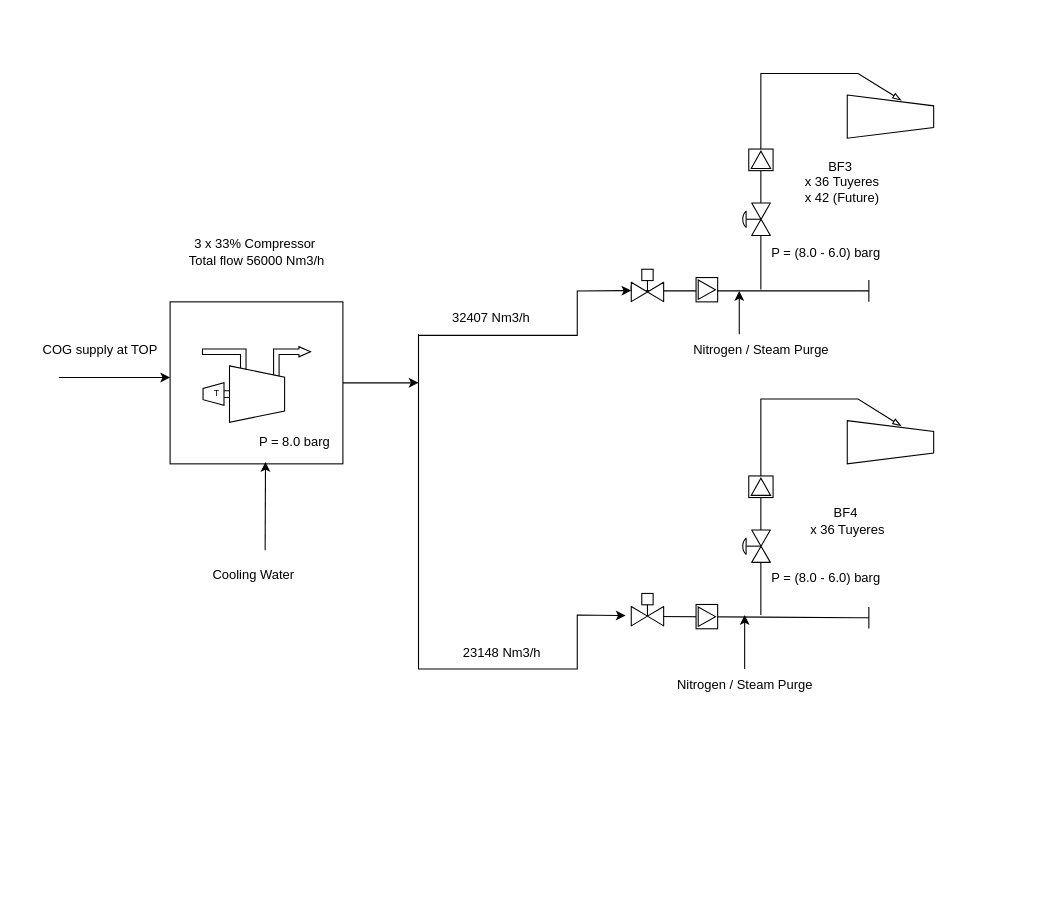
Before: Untitled Diagram.drawio in Noxical/liggghts-setup, a draw.io diagram. Source tidied: cells renumbered, new cells numbered last; positions are measured from the earlier drawing's top-left corner, leaving out a move shared by most shapes. Both pictures are drawn from the tidied source at 108%, with x=0, y=0 at pixel (29, 72).
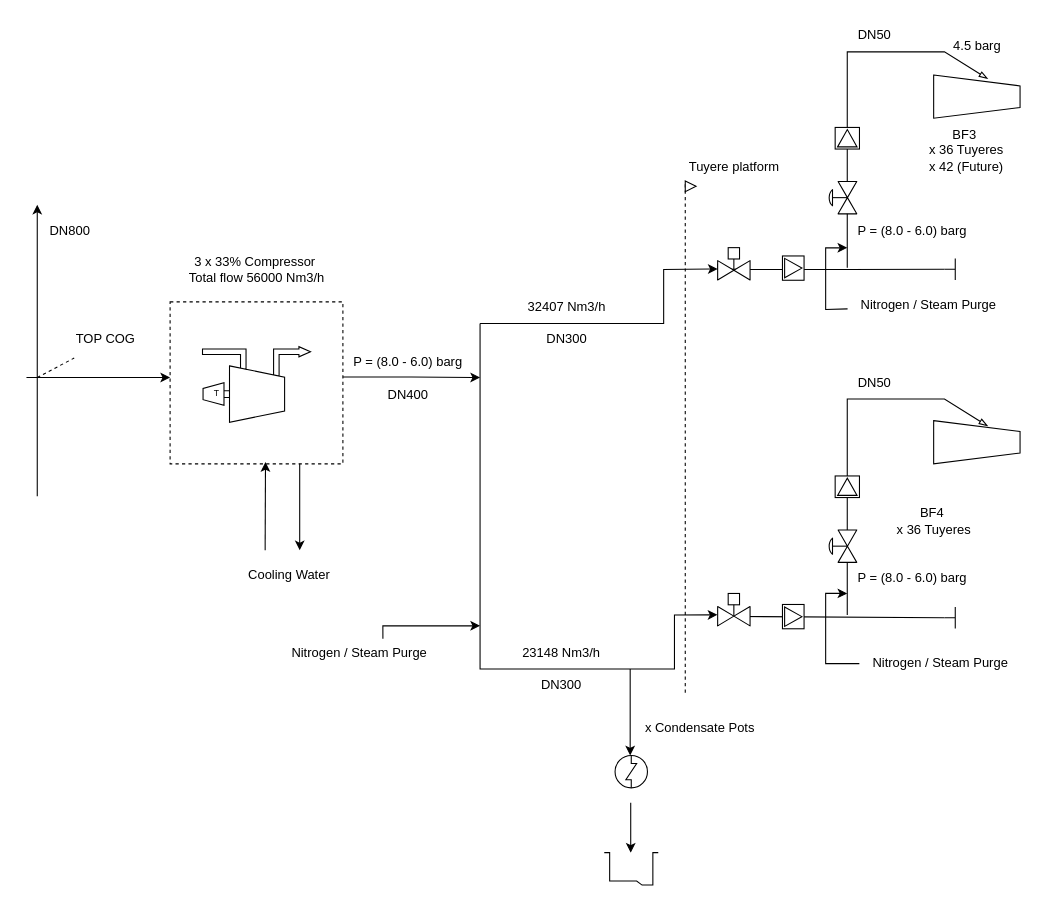
The same page after the edit.

Diff of the diagram source:
```diff
@@
-    <mxCell id="2" style="edgeStyle=orthogonalEdgeStyle;rounded=0;jettySize=auto;html=1;" parent="1" edge="1" source="3">
+    <mxCell id="2" style="edgeStyle=orthogonalEdgeStyle;rounded=0;jettySize=auto;html=1;exitX=0.994;exitY=0.464;exitDx=0;exitDy=0;exitPerimeter=0;" parent="1" edge="1" source="3">
       <mxGeometry relative="1" as="geometry">
-        <mxPoint x="360" y="287" as="targetPoint" />
+        <mxPoint x="417" y="282" as="targetPoint" />
       </mxGeometry>
     </mxCell>
-    <mxCell id="3" style="whiteSpace=wrap;html=1;" parent="1" vertex="1">
+    <mxCell id="3" style="whiteSpace=wrap;html=1;dashed=1;" parent="1" vertex="1">
       <mxGeometry x="130" y="212" width="160" height="150" as="geometry" />
     </mxCell>
@@
     <mxCell id="5" style="verticalLabelPosition=bottom;align=center;dashed=0;html=1;verticalAlign=top;shape=mxgraph.pid.piping.flange_in;" parent="1" vertex="1">
-      <mxGeometry x="767" y="191.8" width="10" height="20" as="geometry" />
+      <mxGeometry x="847" y="171.8" width="10" height="20" as="geometry" />
     </mxCell>
     <mxCell id="6" style="edgeStyle=none;orthogonalLoop=1;jettySize=auto;html=1;rounded=0;" parent="1" edge="1">
       <mxGeometry relative="1" as="geometry">
-        <mxPoint x="27" y="282" as="sourcePoint" />
+        <mxPoint x="-3" y="282" as="sourcePoint" />
         <mxPoint x="130" y="282" as="targetPoint" />
       </mxGeometry>
     </mxCell>
-    <mxCell id="7" value="COG supply at TOP" style="text;html=1;align=center;verticalAlign=middle;points=[];strokeColor=none;fillColor=none;" parent="1" vertex="1">
-      <mxGeometry y="241.8" width="130" height="30" as="geometry" />
+    <mxCell id="7" value="TOP COG" style="text;html=1;align=center;verticalAlign=middle;points=[];strokeColor=none;fillColor=none;" parent="1" vertex="1">
+      <mxGeometry x="30" y="232" width="80" height="30" as="geometry" />
     </mxCell>
     <mxCell id="8" style="verticalLabelPosition=bottom;align=center;dashed=0;html=1;verticalAlign=top;shape=mxgraph.pid.piping.flange_in;" parent="1" vertex="1">
-      <mxGeometry x="767" y="494.5" width="10" height="20" as="geometry" />
+      <mxGeometry x="847" y="494.5" width="10" height="20" as="geometry" />
     </mxCell>
     <mxCell id="9" style="edgeStyle=none;rounded=0;jettySize=auto;html=1;entryX=1.079;entryY=0.552;entryDx=0;entryDy=0;entryPerimeter=0;endArrow=none;endFill=0;" parent="1" edge="1" source="8">
       <mxGeometry relative="1" as="geometry">
-        <mxPoint x="578.6" y="503.3" as="targetPoint" />
+        <mxPoint x="658.6" y="503.3" as="targetPoint" />
       </mxGeometry>
     </mxCell>
     <mxCell id="10" style="edgeStyle=none;jettySize=auto;html=1;rounded=0;entryX=0;entryY=0.659;entryDx=0;entryDy=0;entryPerimeter=0;" parent="1" edge="1" target="24">
       <mxGeometry relative="1" as="geometry">
-        <mxPoint x="360" y="243" as="sourcePoint" />
+        <mxPoint x="417" y="232" as="sourcePoint" />
         <Array as="points">
-          <mxPoint x="507" y="243" />
-          <mxPoint x="507" y="202" />
+          <mxPoint x="487" y="232" />
+          <mxPoint x="557" y="232" />
+          <mxPoint x="587" y="232" />
+          <mxPoint x="587" y="202" />
+          <mxPoint x="587" y="182" />
         </Array>
       </mxGeometry>
     </mxCell>
-    <mxCell id="11" style="edgeStyle=orthogonalEdgeStyle;rounded=0;jettySize=auto;html=1;entryX=0;entryY=0.5;entryDx=0;entryDy=0;entryPerimeter=0;endArrow=none;endFill=0;" parent="1" edge="1" source="24" target="5">
-      <mxGeometry relative="1" as="geometry">
-        <Array as="points">
-          <mxPoint x="677" y="201.5" />
-        </Array>
-      </mxGeometry>
+    <mxCell id="11" style="edgeStyle=orthogonalEdgeStyle;rounded=0;jettySize=auto;html=1;entryX=0;entryY=0.5;entryDx=0;entryDy=0;entryPerimeter=0;endArrow=none;endFill=0;exitX=0.989;exitY=0.677;exitDx=0;exitDy=0;exitPerimeter=0;" parent="1" edge="1" source="24" target="5">
+      <mxGeometry relative="1" as="geometry" />
     </mxCell>
     <mxCell id="12" style="verticalLabelPosition=bottom;align=center;dashed=0;html=1;verticalAlign=top;shape=mxgraph.pid.flow_sensors.vortex;" parent="1" vertex="1">
-      <mxGeometry x="617" y="189.5" width="20" height="22.5" as="geometry" />
+      <mxGeometry x="697" y="169.5" width="20" height="22.5" as="geometry" />
     </mxCell>
-    <mxCell id="13" style="edgeStyle=none;jettySize=auto;html=1;rounded=0;entryX=-0.175;entryY=0.68;entryDx=0;entryDy=0;entryPerimeter=0;" parent="1" edge="1" target="26">
+    <mxCell id="13" style="edgeStyle=none;jettySize=auto;html=1;rounded=0;entryX=-0.007;entryY=0.66;entryDx=0;entryDy=0;entryPerimeter=0;" parent="1" edge="1" target="26">
       <mxGeometry relative="1" as="geometry">
-        <mxPoint x="360" y="242" as="sourcePoint" />
+        <mxPoint x="417" y="232" as="sourcePoint" />
         <Array as="points">
-          <mxPoint x="360" y="552" />
-          <mxPoint x="507" y="552" />
-          <mxPoint x="507" y="502" />
+          <mxPoint x="417" y="552" />
+          <mxPoint x="597" y="552" />
+          <mxPoint x="597" y="502" />
         </Array>
       </mxGeometry>
     </mxCell>
     <mxCell id="14" style="verticalLabelPosition=bottom;align=center;dashed=0;html=1;verticalAlign=top;shape=mxgraph.pid.flow_sensors.vortex;" parent="1" vertex="1">
-      <mxGeometry x="617" y="492.2" width="20" height="22.5" as="geometry" />
+      <mxGeometry x="697" y="492.2" width="20" height="22.5" as="geometry" />
     </mxCell>
     <mxCell id="15" style="verticalLabelPosition=bottom;align=center;dashed=0;html=1;verticalAlign=top;shape=mxgraph.pid.piping.concentric_reducer;" parent="1" vertex="1">
-      <mxGeometry x="757" y="20.5" width="80" height="40" as="geometry" />
+      <mxGeometry x="837" y="2" width="80" height="40" as="geometry" />
     </mxCell>
-    <mxCell id="16" style="edgeStyle=none;rounded=0;jettySize=auto;html=1;entryX=0.627;entryY=0.125;entryDx=0;entryDy=0;entryPerimeter=0;endArrow=blockThin;endFill=0;" parent="1" edge="1" target="15">
+    <mxCell id="16" style="edgeStyle=none;rounded=0;orthogonalLoop=1;jettySize=auto;html=1;entryX=0.627;entryY=0.125;entryDx=0;entryDy=0;entryPerimeter=0;endArrow=blockThin;endFill=0;" parent="1" edge="1">
       <mxGeometry relative="1" as="geometry">
-        <mxPoint x="677" y="200.5" as="sourcePoint" />
+        <mxPoint x="757" y="180.5" as="sourcePoint" />
+        <mxPoint x="887.2" y="5.5" as="targetPoint" />
         <Array as="points">
-          <mxPoint x="677" y="0.5" />
-          <mxPoint x="767" y="0.5" />
+          <mxPoint x="757" y="-19.5" />
+          <mxPoint x="847" y="-19.5" />
         </Array>
       </mxGeometry>
     </mxCell>
     <mxCell id="17" style="verticalLabelPosition=bottom;align=center;dashed=0;html=1;verticalAlign=top;shape=mxgraph.pid.piping.concentric_reducer;" parent="1" vertex="1">
-      <mxGeometry x="757" y="322" width="80" height="40" as="geometry" />
+      <mxGeometry x="837" y="322" width="80" height="40" as="geometry" />
     </mxCell>
     <mxCell id="18" style="edgeStyle=none;rounded=0;jettySize=auto;html=1;entryX=0.627;entryY=0.125;entryDx=0;entryDy=0;entryPerimeter=0;endArrow=blockThin;endFill=0;" parent="1" edge="1" target="17">
       <mxGeometry relative="1" as="geometry">
-        <mxPoint x="677" y="502" as="sourcePoint" />
+        <mxPoint x="757" y="502" as="sourcePoint" />
         <Array as="points">
-          <mxPoint x="677" y="302" />
           <mxPoint x="757" y="302" />
-          <mxPoint x="767" y="302" />
+          <mxPoint x="837" y="302" />
+          <mxPoint x="847" y="302" />
         </Array>
       </mxGeometry>
     </mxCell>
     <mxCell id="19" style="verticalLabelPosition=bottom;align=center;dashed=0;html=1;verticalAlign=top;shape=mxgraph.pid.flow_sensors.vortex;direction=north;" parent="1" vertex="1">
-      <mxGeometry x="665.8" y="373.2" width="22.5" height="20" as="geometry" />
+      <mxGeometry x="745.8" y="373.2" width="22.5" height="20" as="geometry" />
     </mxCell>
     <mxCell id="20" style="verticalLabelPosition=bottom;align=center;html=1;verticalAlign=top;dashed=0;shape=mxgraph.pid2valves.valve;valveType=gate;actuator=diaph;direction=north;" parent="1" vertex="1">
-      <mxGeometry x="657" y="423.2" width="28.8" height="30" as="geometry" />
+      <mxGeometry x="737" y="423.2" width="28.8" height="30" as="geometry" />
     </mxCell>
     <mxCell id="21" style="verticalLabelPosition=bottom;align=center;dashed=0;html=1;verticalAlign=top;shape=mxgraph.pid.flow_sensors.vortex;direction=north;" parent="1" vertex="1">
-      <mxGeometry x="665.8" y="70.5" width="22.5" height="20" as="geometry" />
+      <mxGeometry x="745.8" y="50.5" width="22.5" height="20" as="geometry" />
     </mxCell>
     <mxCell id="22" style="verticalLabelPosition=bottom;align=center;html=1;verticalAlign=top;dashed=0;shape=mxgraph.pid2valves.valve;valveType=gate;actuator=diaph;direction=north;" parent="1" vertex="1">
-      <mxGeometry x="657" y="120.5" width="28.8" height="30" as="geometry" />
+      <mxGeometry x="737" y="100.5" width="28.8" height="30" as="geometry" />
     </mxCell>
     <mxCell id="23" style="edgeStyle=orthogonalEdgeStyle;rounded=0;jettySize=auto;html=1;entryX=0;entryY=0.5;entryDx=0;entryDy=0;entryPerimeter=0;endArrow=none;endFill=0;" parent="1" edge="1" target="24">
       <mxGeometry relative="1" as="geometry">
-        <mxPoint x="577" y="201.8" as="sourcePoint" />
+        <mxPoint x="657" y="181.8" as="sourcePoint" />
       </mxGeometry>
     </mxCell>
     <mxCell id="24" style="verticalLabelPosition=bottom;align=center;html=1;verticalAlign=top;dashed=0;shape=mxgraph.pid2valves.valve;valveType=gate;actuator=powered;" parent="1" vertex="1">
-      <mxGeometry x="557" y="181.8" width="30" height="30" as="geometry" />
+      <mxGeometry x="637" y="161.8" width="30" height="30" as="geometry" />
     </mxCell>
@@
     <mxCell id="26" style="verticalLabelPosition=bottom;align=center;html=1;verticalAlign=top;dashed=0;shape=mxgraph.pid2valves.valve;valveType=gate;actuator=powered;" parent="1" vertex="1">
-      <mxGeometry x="557" y="482" width="30" height="30" as="geometry" />
+      <mxGeometry x="637" y="482" width="30" height="30" as="geometry" />
     </mxCell>
@@
     <mxCell id="28" value="3 x 33% Compressor&amp;nbsp;&lt;div&gt;Total flow 56000 Nm3/h&lt;/div&gt;" style="text;html=1;align=center;verticalAlign=middle;strokeColor=none;fillColor=none;" parent="1" vertex="1">
-      <mxGeometry x="135" y="145.5" width="150" height="40" as="geometry" />
+      <mxGeometry x="135" y="162" width="150" height="40" as="geometry" />
     </mxCell>
     <mxCell id="29" value="BF3&amp;nbsp;&lt;div&gt;x 36 Tuyeres&lt;/div&gt;&lt;div&gt;x 42 (Future)&lt;/div&gt;" style="text;html=1;align=center;verticalAlign=middle;strokeColor=none;fillColor=none;" parent="1" vertex="1">
-      <mxGeometry x="707" y="70.5" width="90" height="60" as="geometry" />
+      <mxGeometry x="822" y="42" width="90" height="60" as="geometry" />
     </mxCell>
     <mxCell id="30" value="BF4&amp;nbsp;&lt;div&gt;x 36 Tuyeres&lt;/div&gt;" style="text;html=1;align=center;verticalAlign=middle;strokeColor=none;fillColor=none;" parent="1" vertex="1">
-      <mxGeometry x="712" y="395" width="90" height="40" as="geometry" />
+      <mxGeometry x="792" y="395" width="90" height="40" as="geometry" />
     </mxCell>
     <mxCell id="31" value="32407 Nm3/h" style="text;html=1;align=center;verticalAlign=middle;strokeColor=none;fillColor=none;" parent="1" vertex="1">
-      <mxGeometry x="377" y="211.8" width="100" height="30" as="geometry" />
+      <mxGeometry x="447" y="202" width="100" height="30" as="geometry" />
     </mxCell>
     <mxCell id="32" value="23148 Nm3/h" style="text;html=1;align=center;verticalAlign=middle;strokeColor=none;fillColor=none;" parent="1" vertex="1">
-      <mxGeometry x="387" y="522" width="100" height="30" as="geometry" />
+      <mxGeometry x="442" y="522" width="100" height="30" as="geometry" />
     </mxCell>
-    <mxCell id="33" value="P = 8.0 barg" style="text;html=1;align=center;verticalAlign=middle;strokeColor=none;fillColor=none;" parent="1" vertex="1">
-      <mxGeometry x="200" y="327" width="90" height="30" as="geometry" />
-    </mxCell>
     <mxCell id="34" value="P = (8.0 - 6.0) barg" style="text;html=1;align=center;verticalAlign=middle;strokeColor=none;fillColor=none;" parent="1" vertex="1">
-      <mxGeometry x="677" y="151.8" width="120" height="30" as="geometry" />
+      <mxGeometry x="757" y="131.8" width="120" height="30" as="geometry" />
     </mxCell>
     <mxCell id="35" value="P = (8.0 - 6.0) barg" style="text;html=1;align=center;verticalAlign=middle;points=[];strokeColor=none;fillColor=none;" parent="1" vertex="1">
-      <mxGeometry x="677" y="453.2" width="120" height="30" as="geometry" />
+      <mxGeometry x="757" y="453.2" width="120" height="30" as="geometry" />
     </mxCell>
-    <mxCell id="36" style="edgeStyle=orthogonalEdgeStyle;rounded=0;jettySize=auto;html=1;" parent="1" edge="1" source="37">
+    <mxCell id="36" style="edgeStyle=orthogonalEdgeStyle;rounded=0;jettySize=auto;html=1;entryX=0;entryY=0.958;entryDx=0;entryDy=0;entryPerimeter=0;" parent="1" edge="1" source="37" target="35">
       <mxGeometry relative="1" as="geometry">
-        <mxPoint x="662" y="502" as="targetPoint" />
+        <Array as="points">
+          <mxPoint x="737" y="547" />
+          <mxPoint x="737" y="482" />
+        </Array>
       </mxGeometry>
     </mxCell>
     <mxCell id="37" value="Nitrogen / Steam Purge" style="text;html=1;align=center;verticalAlign=middle;points=[];strokeColor=none;fillColor=none;" parent="1" vertex="1">
-      <mxGeometry x="587" y="552" width="150" height="30" as="geometry" />
+      <mxGeometry x="768.2" y="532" width="150" height="30" as="geometry" />
     </mxCell>
     <mxCell id="38" value="Nitrogen / Steam Purge" style="text;html=1;align=center;verticalAlign=middle;points=[];strokeColor=none;fillColor=none;" parent="1" vertex="1">
-      <mxGeometry x="602" y="241.8" width="150" height="30" as="geometry" />
+      <mxGeometry x="757" y="200" width="150" height="30" as="geometry" />
     </mxCell>
-    <mxCell id="39" style="edgeStyle=none;orthogonalLoop=1;jettySize=auto;html=1;rounded=0;" parent="1" edge="1">
+    <mxCell id="39" style="edgeStyle=none;jettySize=auto;html=1;rounded=0;exitX=0.002;exitY=0.617;exitDx=0;exitDy=0;exitPerimeter=0;" parent="1" edge="1" source="38">
       <mxGeometry relative="1" as="geometry">
-        <mxPoint x="657" y="242" as="sourcePoint" />
-        <mxPoint x="657" y="202" as="targetPoint" />
+        <mxPoint x="757" y="162" as="targetPoint" />
+        <Array as="points">
+          <mxPoint x="737" y="219" />
+          <mxPoint x="737" y="162" />
+        </Array>
       </mxGeometry>
     </mxCell>
@@
     <mxCell id="41" value="Cooling Water" style="text;html=1;align=center;verticalAlign=middle;strokeColor=none;fillColor=none;" parent="1" vertex="1">
-      <mxGeometry x="157" y="450" width="100" height="30" as="geometry" />
+      <mxGeometry x="190" y="450" width="100" height="30" as="geometry" />
     </mxCell>
+    <mxCell id="42" value="DN300" style="text;html=1;align=center;verticalAlign=middle;strokeColor=none;fillColor=none;" parent="1" vertex="1">
+      <mxGeometry x="467" y="232" width="60" height="30" as="geometry" />
+    </mxCell>
+    <mxCell id="43" value="DN300" style="text;html=1;align=center;verticalAlign=middle;strokeColor=none;fillColor=none;" parent="1" vertex="1">
+      <mxGeometry x="462" y="552" width="60" height="30" as="geometry" />
+    </mxCell>
+    <mxCell id="44" value="DN400" style="text;html=1;align=center;verticalAlign=middle;strokeColor=none;fillColor=none;" parent="1" vertex="1">
+      <mxGeometry x="320" y="283.2" width="60" height="30" as="geometry" />
+    </mxCell>
+    <mxCell id="45" value="DN50" style="text;html=1;align=center;verticalAlign=middle;strokeColor=none;fillColor=none;" parent="1" vertex="1">
+      <mxGeometry x="757" y="-50" width="50" height="30" as="geometry" />
+    </mxCell>
+    <mxCell id="46" value="4.5 barg" style="text;html=1;align=center;verticalAlign=middle;strokeColor=none;fillColor=none;" parent="1" vertex="1">
+      <mxGeometry x="842" y="-40" width="70" height="30" as="geometry" />
+    </mxCell>
+    <mxCell id="47" style="edgeStyle=none;orthogonalLoop=1;jettySize=auto;html=1;rounded=0;" parent="1" edge="1">
+      <mxGeometry relative="1" as="geometry">
+        <mxPoint x="7" y="392" as="sourcePoint" />
+        <mxPoint x="7" y="122" as="targetPoint" />
+        <Array as="points">
+          <mxPoint x="7" y="282" />
+        </Array>
+      </mxGeometry>
+    </mxCell>
+    <mxCell id="48" value="DN800" style="text;html=1;align=center;verticalAlign=middle;strokeColor=none;fillColor=none;" parent="1" vertex="1">
+      <mxGeometry x="7" y="132" width="60" height="30" as="geometry" />
+    </mxCell>
+    <mxCell id="49" style="edgeStyle=orthogonalEdgeStyle;rounded=0;jettySize=auto;html=1;exitX=0.5;exitY=0.876;exitDx=0;exitDy=0;exitPerimeter=0;" parent="1" edge="1" target="50">
+      <mxGeometry relative="1" as="geometry">
+        <mxPoint x="556.5" y="675.8" as="sourcePoint" />
+      </mxGeometry>
+    </mxCell>
+    <mxCell id="50" style="shape=mxgraph.pid.vessels.container,_tank,_cistern_(boot);html=1;align=center;verticalLabelPosition=bottom;verticalAlign=top;dashed=0;" parent="1" vertex="1">
+      <mxGeometry x="532" y="722" width="50" height="30" as="geometry" />
+    </mxCell>
+    <mxCell id="51" style="edgeStyle=none;orthogonalLoop=1;jettySize=auto;html=1;rounded=0;" parent="1" edge="1">
+      <mxGeometry relative="1" as="geometry">
+        <mxPoint x="556" y="552" as="sourcePoint" />
+        <mxPoint x="556" y="632" as="targetPoint" />
+      </mxGeometry>
+    </mxCell>
+    <mxCell id="52" style="shape=mxgraph.pid.heat_exchangers.shell_and_tube_heat_exchanger_3;html=1;align=center;verticalLabelPosition=bottom;verticalAlign=top;dashed=0;" parent="1" vertex="1">
+      <mxGeometry x="542" y="632" width="30" height="30" as="geometry" />
+    </mxCell>
+    <mxCell id="53" value="x Condensate Pots&amp;nbsp;" style="text;html=1;align=center;verticalAlign=middle;strokeColor=none;fillColor=none;" parent="1" vertex="1">
+      <mxGeometry x="557" y="592" width="130" height="30" as="geometry" />
+    </mxCell>
+    <mxCell id="54" value="P = (8.0 - 6.0) barg" style="text;html=1;align=center;verticalAlign=middle;strokeColor=none;fillColor=none;" parent="1" vertex="1">
+      <mxGeometry x="290" y="253.2" width="120" height="30" as="geometry" />
+    </mxCell>
+    <mxCell id="55" value="DN50" style="text;html=1;align=center;verticalAlign=middle;strokeColor=none;fillColor=none;" parent="1" vertex="1">
+      <mxGeometry x="757" y="272" width="50" height="30" as="geometry" />
+    </mxCell>
+    <mxCell id="56" style="edgeStyle=none;jettySize=auto;html=1;rounded=0;dashed=1;endArrow=none;endFill=0;" parent="1" edge="1" source="59">
+      <mxGeometry relative="1" as="geometry">
+        <mxPoint x="607" y="100.5" as="targetPoint" />
+      </mxGeometry>
+    </mxCell>
+    <mxCell id="57" value="Tuyere platform" style="text;html=1;align=center;verticalAlign=middle;strokeColor=none;fillColor=none;" parent="1" vertex="1">
+      <mxGeometry x="597" y="72" width="110" height="30" as="geometry" />
+    </mxCell>
+    <mxCell id="58" style="edgeStyle=none;jettySize=auto;html=1;rounded=0;dashed=1;endArrow=none;endFill=0;entryX=0;entryY=0.25;entryDx=0;entryDy=0;" parent="1" edge="1" target="59">
+      <mxGeometry relative="1" as="geometry">
+        <mxPoint x="607" y="574" as="sourcePoint" />
+      </mxGeometry>
+    </mxCell>
+    <mxCell id="59" style="triangle;whiteSpace=wrap;html=1;" parent="1" vertex="1">
+      <mxGeometry x="607" y="100" width="10" height="10" as="geometry" />
+    </mxCell>
+    <mxCell id="60" style="edgeStyle=none;jettySize=auto;html=1;rounded=0;dashed=1;endArrow=none;endFill=0;entryX=0.14;entryY=1.067;entryDx=0;entryDy=0;entryPerimeter=0;" parent="1" edge="1" target="7">
+      <mxGeometry relative="1" as="geometry">
+        <mxPoint x="7" y="282" as="sourcePoint" />
+      </mxGeometry>
+    </mxCell>
+    <mxCell id="61" style="edgeStyle=none;jettySize=auto;html=1;rounded=0;exitX=0.75;exitY=1;exitDx=0;exitDy=0;" parent="1" edge="1" source="3">
+      <mxGeometry relative="1" as="geometry">
+        <mxPoint x="250" y="442" as="targetPoint" />
+      </mxGeometry>
+    </mxCell>
+    <mxCell id="62" value="Nitrogen / Steam Purge" style="text;html=1;align=center;verticalAlign=middle;points=[];strokeColor=none;fillColor=none;" parent="1" vertex="1">
+      <mxGeometry x="230" y="522" width="150" height="30" as="geometry" />
+    </mxCell>
+    <mxCell id="63" style="edgeStyle=none;jettySize=auto;html=1;rounded=0;exitX=0.647;exitY=0.067;exitDx=0;exitDy=0;exitPerimeter=0;" parent="1" edge="1" source="62">
+      <mxGeometry relative="1" as="geometry">
+        <mxPoint x="417" y="512" as="targetPoint" />
+        <Array as="points">
+          <mxPoint x="327" y="512" />
+        </Array>
+      </mxGeometry>
+    </mxCell>
```
